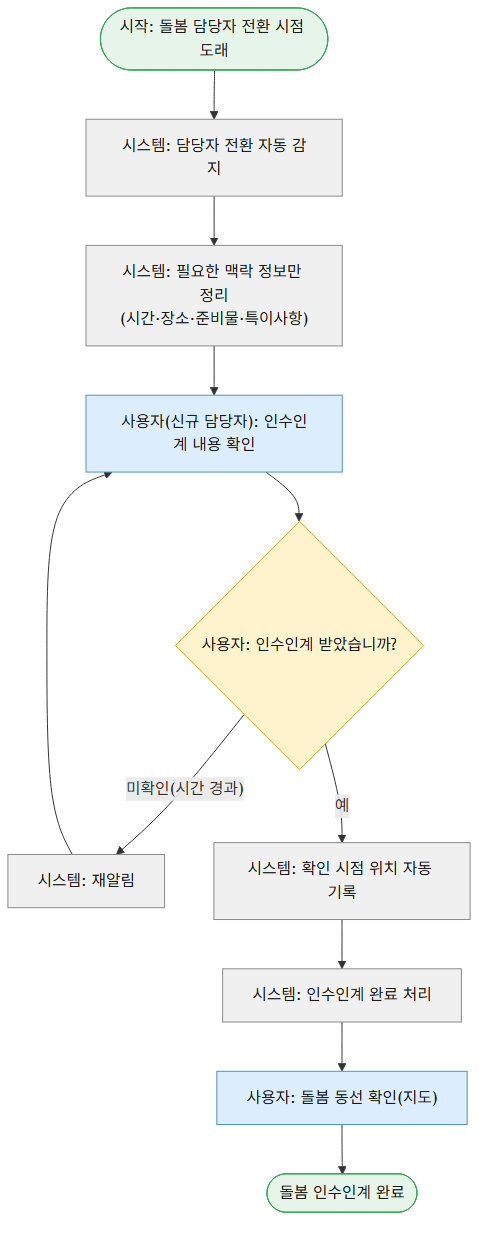
tarcein/LGDXPJ keeps this Mermaid diagram as docs/서비스흐름도/06_돌봄인수인계_CareHandoff.png. Above is the earlier version. Its source is kept beside it as docs/서비스흐름도/06_돌봄인수인계_CareHandoff.mmd.
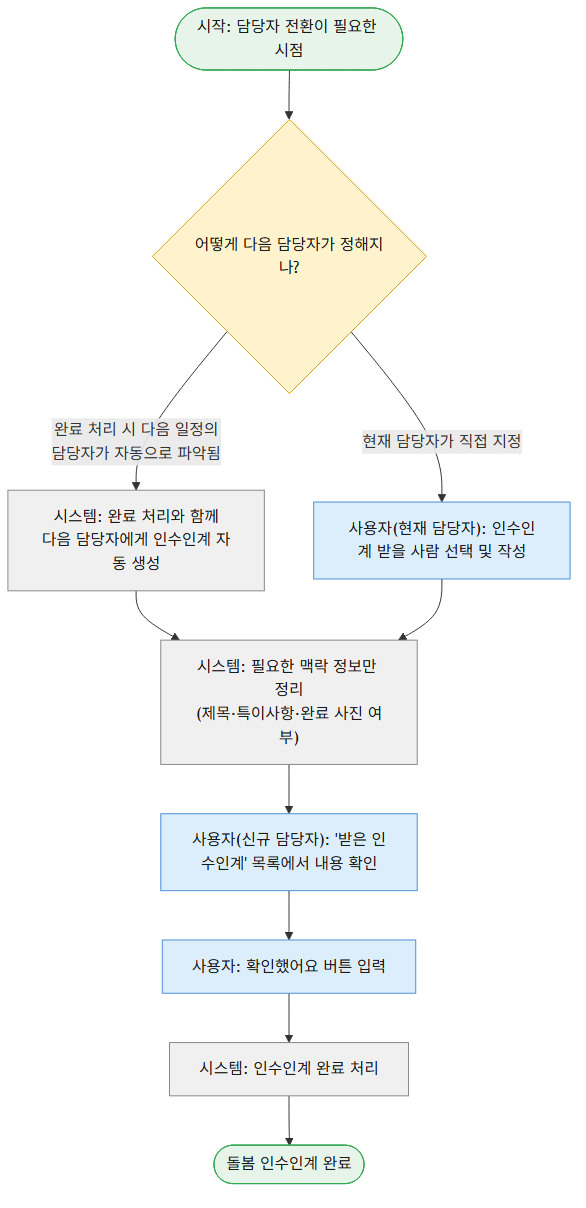
The same file after the commit.

Diff of the diagram source:
```diff
@@ -1,14 +1,13 @@
 flowchart TD
-    Start(["시작: 돌봄 담당자 전환 시점 도래"]):::terminal --> A["시스템: 담당자 전환 자동 감지"]:::system
-    A --> B["시스템: 필요한 맥락 정보만 정리\n(시간·장소·준비물·특이사항)"]:::system
-    B --> C["사용자(신규 담당자): 인수인계 내용 확인"]:::user
-    C --> D{"사용자: 인수인계 받았습니까?"}:::decision
-    D -- "미확인(시간 경과)" --> E["시스템: 재알림"]:::system
-    E --> C
-    D -- "예" --> F["시스템: 확인 시점 위치 자동 기록"]:::system
-    F --> G["시스템: 인수인계 완료 처리"]:::system
-    G --> H["사용자: 돌봄 동선 확인(지도)"]:::user
-    H --> End(["돌봄 인수인계 완료"]):::terminal
+    Start(["시작: 담당자 전환이 필요한 시점"]):::terminal --> A{"어떻게 다음 담당자가 정해지나?"}:::decision
+    A -- "완료 처리 시 다음 일정의\n담당자가 자동으로 파악됨" --> B1["시스템: 완료 처리와 함께\n다음 담당자에게 인수인계 자동 생성"]:::system
+    A -- "현재 담당자가 직접 지정" --> B2["사용자(현재 담당자): 인수인계 받을 사람 선택 및 작성"]:::user
+    B1 --> B["시스템: 필요한 맥락 정보만 정리\n(제목·특이사항·완료 사진 여부)"]:::system
+    B2 --> B
+    B --> C["사용자(신규 담당자): '받은 인수인계' 목록에서 내용 확인"]:::user
+    C --> D["사용자: 확인했어요 버튼 입력"]:::user
+    D --> G["시스템: 인수인계 완료 처리"]:::system
+    G --> End(["돌봄 인수인계 완료"]):::terminal
 
     classDef user fill:#DCEEFB,stroke:#4A90D9,stroke-width:1px,color:#1a1a1a;
     classDef system fill:#F0F0F0,stroke:#888888,stroke-width:1px,color:#1a1a1a;
```
